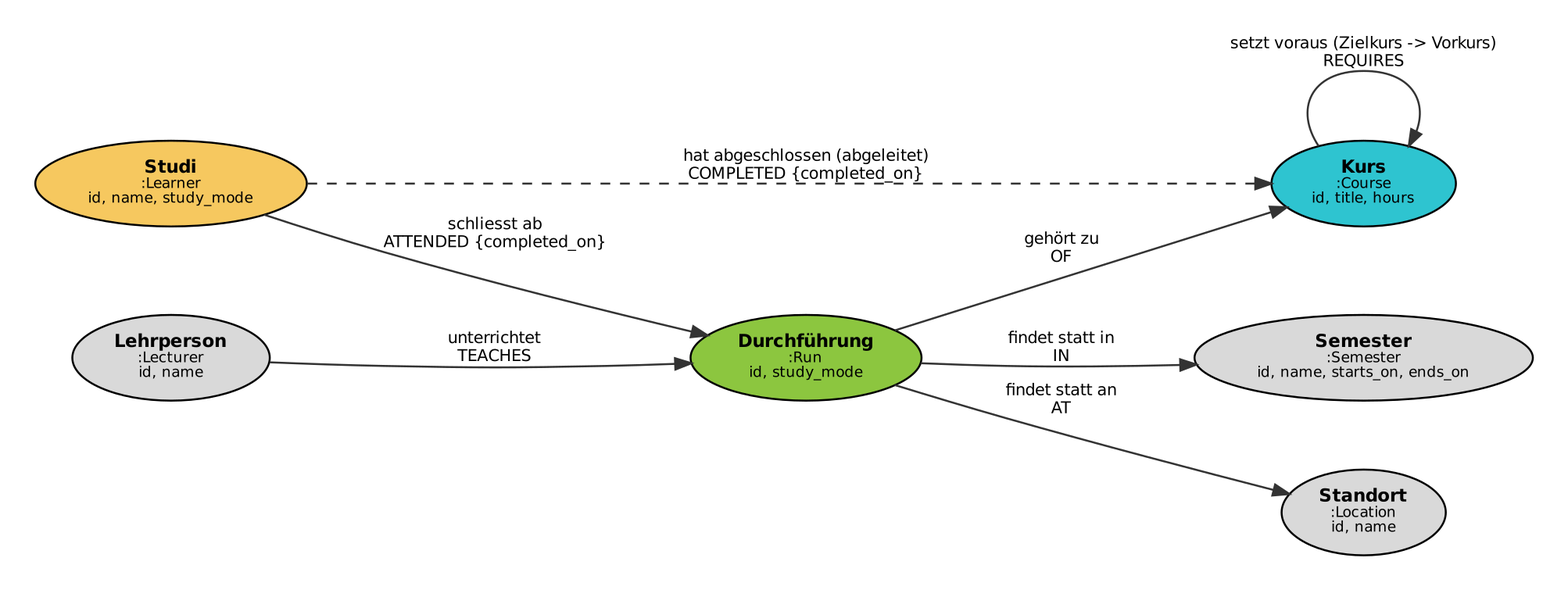
ibidreli/ddi_mcs keeps this Graphviz diagram as le3-nosql/model/graph.png. Above is the earlier version. Its source is kept beside it as le3-nosql/model/graph.dot.
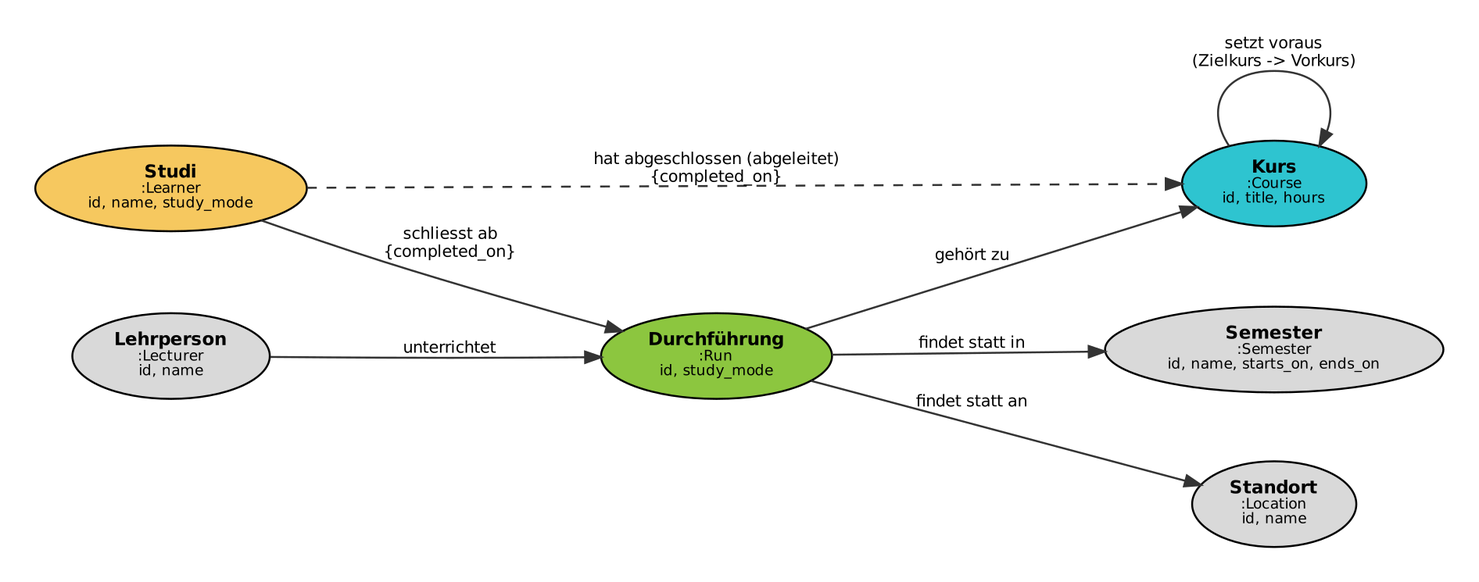
After the change.

Commit message:
Show German edge names only in graph model

What changed in the source:
```diff
@@ -10,13 +10,13 @@
   location [label=<<B>Standort</B><BR/><FONT POINT-SIZE="9">:Location</FONT><BR/><FONT POINT-SIZE="9">id, name</FONT>>, fillcolor="#d9d9d9"];
   lecturer [label=<<B>Lehrperson</B><BR/><FONT POINT-SIZE="9">:Lecturer</FONT><BR/><FONT POINT-SIZE="9">id, name</FONT>>, fillcolor="#d9d9d9"];
 
-  learner -> run      [label="schliesst ab\nATTENDED {completed_on}"];
-  learner -> course   [label="hat abgeschlossen (abgeleitet)\nCOMPLETED {completed_on}", style=dashed];
-  run -> course       [label="gehört zu\nOF"];
-  run -> semester     [label="findet statt in\nIN"];
-  run -> location     [label="findet statt an\nAT"];
-  lecturer -> run     [label="unterrichtet\nTEACHES"];
-  course -> course    [label="setzt voraus (Zielkurs -> Vorkurs)\nREQUIRES"];
+  learner -> run      [label="schliesst ab\n{completed_on}"];
+  learner -> course   [label="hat abgeschlossen (abgeleitet)\n{completed_on}", style=dashed];
+  run -> course       [label="gehört zu"];
+  run -> semester     [label="findet statt in"];
+  run -> location     [label="findet statt an"];
+  lecturer -> run     [label="unterrichtet"];
+  course -> course    [label="setzt voraus\n(Zielkurs -> Vorkurs)"];
 
   {rank=same; learner; lecturer;}
   {rank=same; course; semester; location;}
```
